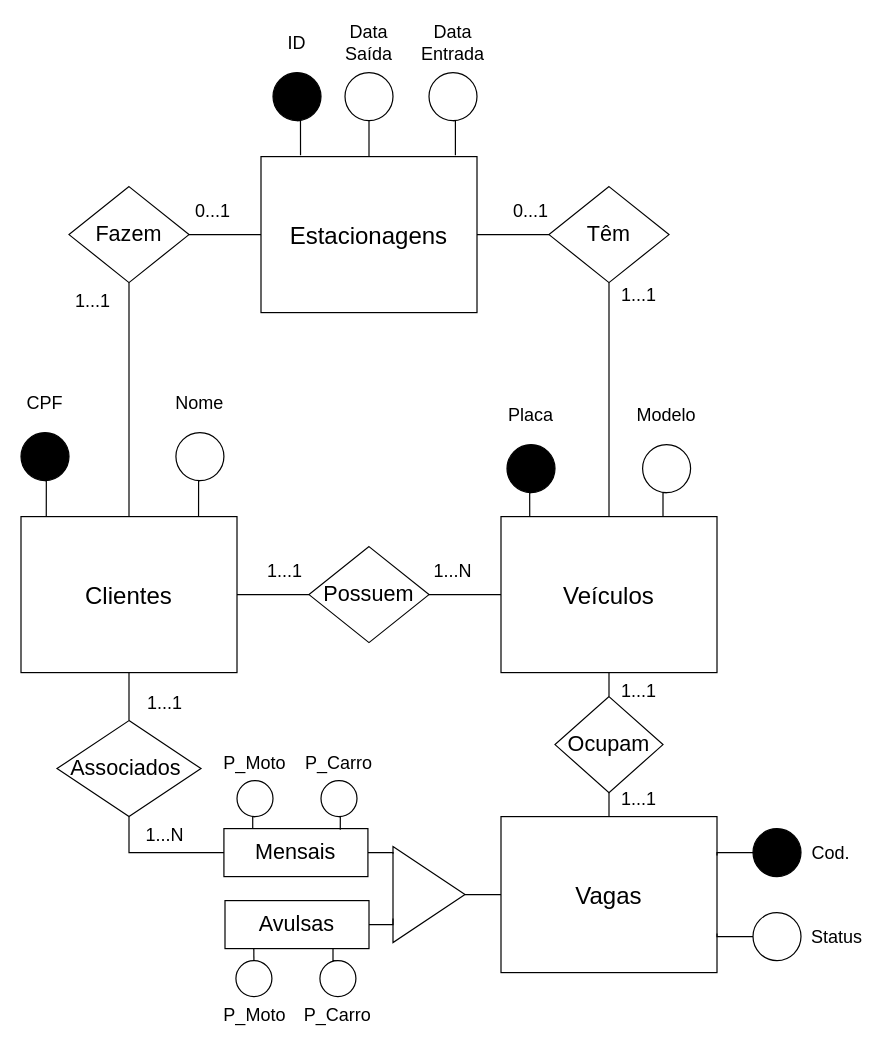
RenanGAS/Database-1 keeps this draw.io diagram as Lists/List01/Exec07/Parking.drawio. Above is the earlier version. Source tidied: cells renumbered, new cells numbered last; positions are measured from the earlier drawing's top-left corner, leaving out a move shared by most shapes. Both pictures are drawn from the tidied source at 120%, with x=0, y=0 at pixel (20, 24).
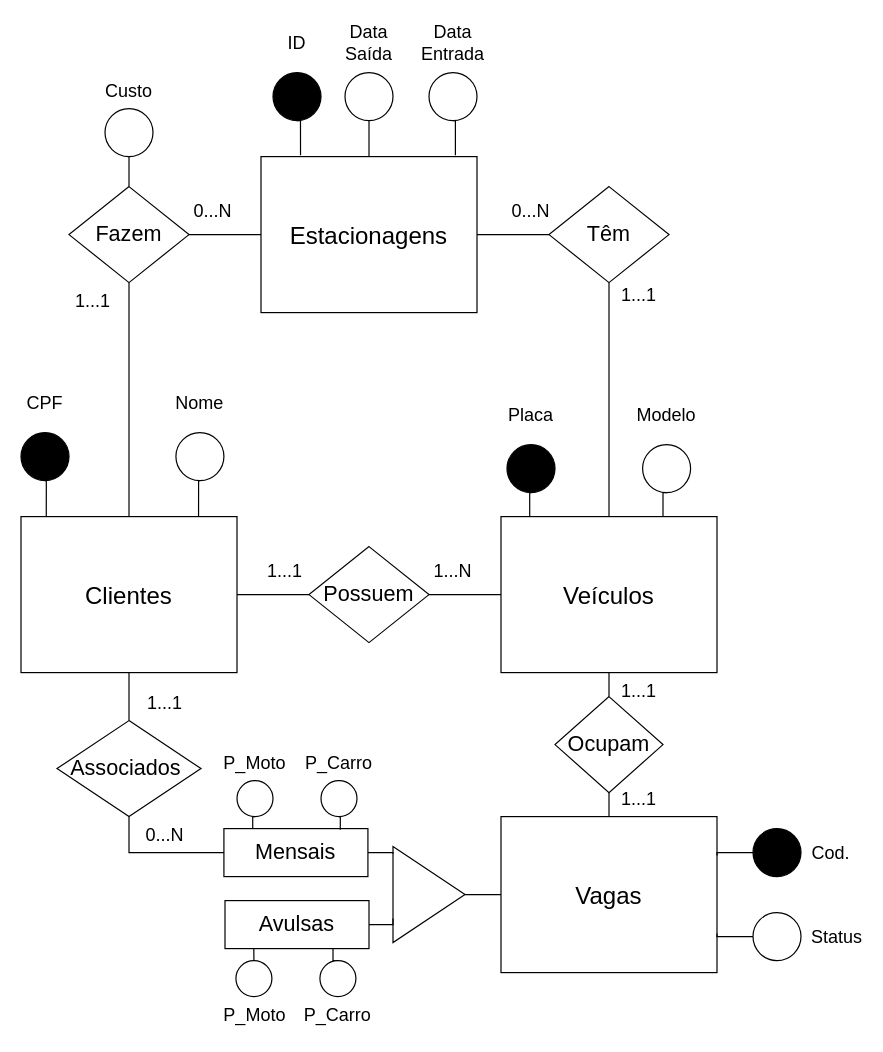
After the change.

The change refers to these unchanged cells:
```xml
<mxCell id="68" value="Fazem" style="rhombus;whiteSpace=wrap;html=1;fontSize=18;" parent="1" vertex="1">
  <mxGeometry x="40" y="135" width="100" height="80" as="geometry" />
</mxCell>
```

What changed in the source:
```diff
@@
-    <mxCell id="44" value="1...N" style="text;html=1;strokeColor=none;fillColor=none;align=center;verticalAlign=middle;whiteSpace=wrap;rounded=0;fontSize=15;" parent="1" vertex="1">
+    <mxCell id="44" value="0...N" style="text;html=1;strokeColor=none;fillColor=none;align=center;verticalAlign=middle;whiteSpace=wrap;rounded=0;fontSize=15;" parent="1" vertex="1">
       <mxGeometry x="100" y="660" width="40" height="30" as="geometry" />
     </mxCell>
@@
-    <mxCell id="72" value="0...1" style="text;html=1;strokeColor=none;fillColor=none;align=center;verticalAlign=middle;whiteSpace=wrap;rounded=0;fontSize=15;" parent="1" vertex="1">
+    <mxCell id="72" value="0...N" style="text;html=1;strokeColor=none;fillColor=none;align=center;verticalAlign=middle;whiteSpace=wrap;rounded=0;fontSize=15;" parent="1" vertex="1">
       <mxGeometry x="140" y="140" width="40" height="30" as="geometry" />
     </mxCell>
@@
-    <mxCell id="75" value="0...1" style="text;html=1;strokeColor=none;fillColor=none;align=center;verticalAlign=middle;whiteSpace=wrap;rounded=0;fontSize=15;" parent="1" vertex="1">
+    <mxCell id="75" value="0...N" style="text;html=1;strokeColor=none;fillColor=none;align=center;verticalAlign=middle;whiteSpace=wrap;rounded=0;fontSize=15;" parent="1" vertex="1">
       <mxGeometry x="405" y="140" width="40" height="30" as="geometry" />
     </mxCell>
+    <mxCell id="76" value="Custo" style="text;html=1;strokeColor=none;fillColor=none;align=center;verticalAlign=middle;whiteSpace=wrap;rounded=0;fontSize=15;" parent="1" vertex="1">
+      <mxGeometry x="80" y="40" width="20" height="30" as="geometry" />
+    </mxCell>
+    <mxCell id="77" style="edgeStyle=orthogonalEdgeStyle;rounded=0;jettySize=auto;html=1;exitX=0.5;exitY=1;exitDx=0;exitDy=0;entryX=0.5;entryY=0;entryDx=0;entryDy=0;endArrow=none;endFill=0;" parent="1" edge="1" source="78" target="68">
+      <mxGeometry relative="1" as="geometry" />
+    </mxCell>
+    <mxCell id="78" style="ellipse;whiteSpace=wrap;html=1;fontSize=15;fillColor=#FFFFFF;" parent="1" vertex="1">
+      <mxGeometry x="70" y="70" width="40" height="40" as="geometry" />
+    </mxCell>
```
